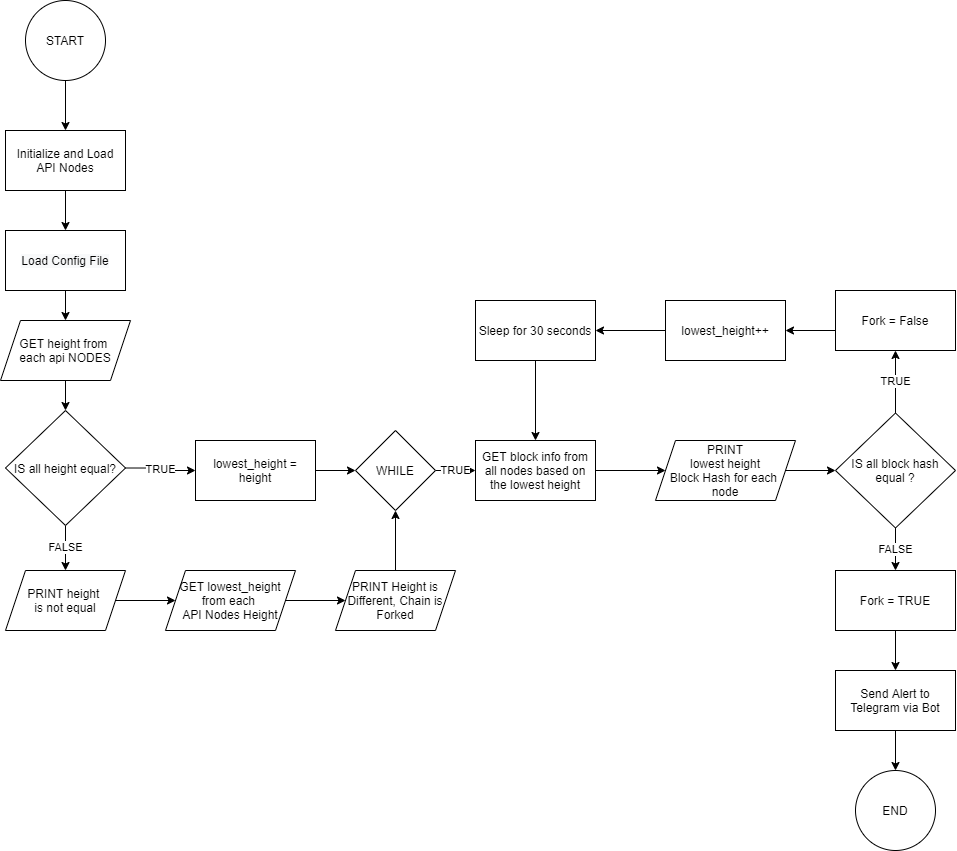
Earlier version of the draw.io export Health Tool Flowchart/Health Tool Flowchart-to be Improved.png (kjpranata/mytesting). Source tidied: cells renumbered, new cells last; positions are measured from the earlier drawing's top-left corner, leaving out a move shared by most shapes.
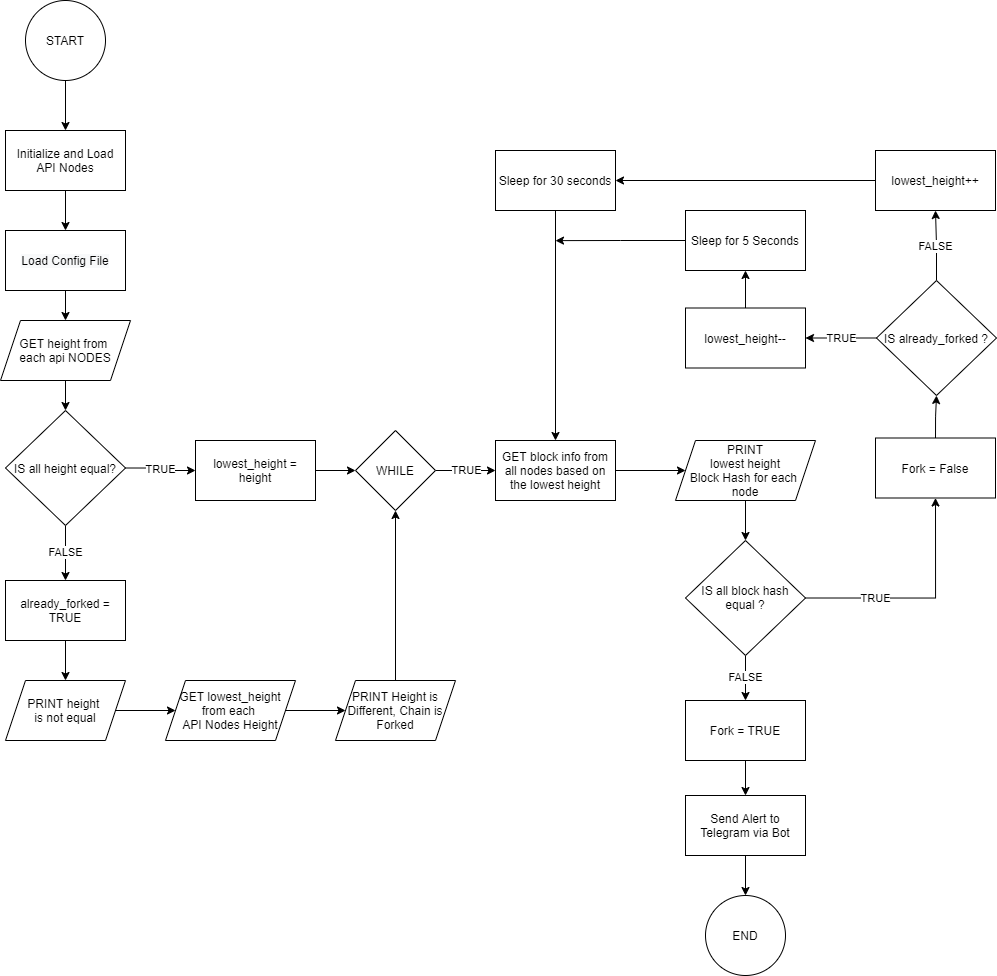
Above is the later version.

The edit, as a diff of the source:
```diff
@@ -36,62 +36,62 @@
       <mxGeometry relative="1" as="geometry" />
     </mxCell>
     <mxCell id="13" value="GET block info from all nodes based on the lowest height" style="rounded=0;whiteSpace=wrap;html=1;" parent="1" vertex="1">
-      <mxGeometry x="475" y="440" width="120" height="60" as="geometry" />
+      <mxGeometry x="495" y="440" width="120" height="60" as="geometry" />
     </mxCell>
-    <mxCell id="14" style="edgeStyle=orthogonalEdgeStyle;rounded=0;jettySize=auto;html=1;exitX=1;exitY=0.5;exitDx=0;exitDy=0;entryX=0;entryY=0.5;entryDx=0;entryDy=0;" parent="1" edge="1" source="15" target="18">
+    <mxCell id="14" style="edgeStyle=orthogonalEdgeStyle;rounded=0;jettySize=auto;html=1;exitX=0.5;exitY=1;exitDx=0;exitDy=0;entryX=0.5;entryY=0;entryDx=0;entryDy=0;" parent="1" edge="1" source="15" target="18">
       <mxGeometry relative="1" as="geometry" />
     </mxCell>
     <mxCell id="15" value="PRINT&lt;br&gt;lowest height&lt;br&gt;Block Hash for each &lt;br&gt;node" style="shape=parallelogram;perimeter=parallelogramPerimeter;whiteSpace=wrap;html=1;fixedSize=1;" parent="1" vertex="1">
-      <mxGeometry x="655" y="440" width="140" height="60" as="geometry" />
+      <mxGeometry x="675" y="440" width="140" height="60" as="geometry" />
     </mxCell>
+    <mxCell id="17" value="FALSE" style="edgeStyle=orthogonalEdgeStyle;rounded=0;jettySize=auto;html=1;exitX=0.5;exitY=1;exitDx=0;exitDy=0;" parent="1" edge="1" source="18" target="22">
+      <mxGeometry relative="1" as="geometry" />
+    </mxCell>
-    <mxCell id="16" value="TRUE" style="edgeStyle=orthogonalEdgeStyle;rounded=0;jettySize=auto;html=1;entryX=0.5;entryY=1;entryDx=0;entryDy=0;exitX=0.5;exitY=0;exitDx=0;exitDy=0;" parent="1" edge="1" source="18" target="20">
-      <mxGeometry relative="1" as="geometry" />
+    <mxCell id="16" value="TRUE" style="edgeStyle=orthogonalEdgeStyle;rounded=0;jettySize=auto;html=1;exitX=1;exitY=0.5;exitDx=0;exitDy=0;entryX=0.5;entryY=1;entryDx=0;entryDy=0;" parent="1" edge="1" source="18" target="20">
+      <mxGeometry x="-0.39" relative="1" as="geometry">
+        <mxPoint x="-1" as="offset" />
+      </mxGeometry>
     </mxCell>
-    <mxCell id="17" value="FALSE" style="edgeStyle=orthogonalEdgeStyle;rounded=0;jettySize=auto;html=1;exitX=0.5;exitY=1;exitDx=0;exitDy=0;entryX=0.5;entryY=0;entryDx=0;entryDy=0;" parent="1" edge="1" source="18" target="22">
-      <mxGeometry relative="1" as="geometry" />
-    </mxCell>
     <mxCell id="18" value="IS all block hash equal ?" style="rhombus;whiteSpace=wrap;html=1;" parent="1" vertex="1">
-      <mxGeometry x="835" y="412.5" width="120" height="115" as="geometry" />
+      <mxGeometry x="685" y="540" width="120" height="115" as="geometry" />
     </mxCell>
-    <mxCell id="19" style="edgeStyle=orthogonalEdgeStyle;rounded=0;jettySize=auto;html=1;exitX=0;exitY=0.5;exitDx=0;exitDy=0;" parent="1" edge="1" target="24">
-      <mxGeometry relative="1" as="geometry">
-        <mxPoint x="835" y="330" as="sourcePoint" />
-      </mxGeometry>
-    </mxCell>
+    <mxCell id="41" style="edgeStyle=orthogonalEdgeStyle;rounded=0;jettySize=auto;html=1;exitX=0.5;exitY=0;exitDx=0;exitDy=0;entryX=0.5;entryY=1;entryDx=0;entryDy=0;" parent="1" edge="1" source="20" target="46">
+      <mxGeometry relative="1" as="geometry" />
+    </mxCell>
     <mxCell id="20" value="Fork = False" style="rounded=0;whiteSpace=wrap;html=1;" parent="1" vertex="1">
-      <mxGeometry x="835" y="290" width="120" height="60" as="geometry" />
+      <mxGeometry x="875" y="437.5" width="120" height="60" as="geometry" />
     </mxCell>
     <mxCell id="21" style="edgeStyle=orthogonalEdgeStyle;rounded=0;jettySize=auto;html=1;exitX=0.5;exitY=1;exitDx=0;exitDy=0;entryX=0.5;entryY=0;entryDx=0;entryDy=0;" parent="1" edge="1" source="22" target="28">
       <mxGeometry relative="1" as="geometry" />
     </mxCell>
     <mxCell id="22" value="Fork = TRUE" style="rounded=0;whiteSpace=wrap;html=1;" parent="1" vertex="1">
-      <mxGeometry x="835" y="570" width="120" height="60" as="geometry" />
+      <mxGeometry x="685" y="700" width="120" height="60" as="geometry" />
     </mxCell>
     <mxCell id="23" style="edgeStyle=orthogonalEdgeStyle;rounded=0;jettySize=auto;html=1;exitX=0;exitY=0.5;exitDx=0;exitDy=0;" parent="1" edge="1" source="24" target="26">
       <mxGeometry relative="1" as="geometry" />
     </mxCell>
     <mxCell id="24" value="lowest_height++" style="rounded=0;whiteSpace=wrap;html=1;" parent="1" vertex="1">
-      <mxGeometry x="665" y="300" width="120" height="60" as="geometry" />
+      <mxGeometry x="875" y="150" width="120" height="60" as="geometry" />
     </mxCell>
-    <mxCell id="25" style="edgeStyle=orthogonalEdgeStyle;rounded=0;jettySize=auto;html=1;exitX=0.5;exitY=1;exitDx=0;exitDy=0;" parent="1" edge="1" source="26" target="13">
+    <mxCell id="25" style="edgeStyle=orthogonalEdgeStyle;rounded=0;jettySize=auto;html=1;exitX=0.5;exitY=1;exitDx=0;exitDy=0;entryX=0.5;entryY=0;entryDx=0;entryDy=0;" parent="1" edge="1" source="26" target="13">
       <mxGeometry relative="1" as="geometry" />
     </mxCell>
     <mxCell id="26" value="Sleep for 30 seconds" style="rounded=0;whiteSpace=wrap;html=1;" parent="1" vertex="1">
-      <mxGeometry x="475" y="300" width="120" height="60" as="geometry" />
+      <mxGeometry x="495" y="150" width="120" height="60" as="geometry" />
     </mxCell>
     <mxCell id="27" style="edgeStyle=orthogonalEdgeStyle;rounded=0;jettySize=auto;html=1;exitX=0.5;exitY=1;exitDx=0;exitDy=0;entryX=0.5;entryY=0;entryDx=0;entryDy=0;" parent="1" edge="1" source="28" target="29">
       <mxGeometry relative="1" as="geometry" />
     </mxCell>
     <mxCell id="28" value="Send Alert to Telegram via Bot" style="rounded=0;whiteSpace=wrap;html=1;" parent="1" vertex="1">
-      <mxGeometry x="835" y="670" width="120" height="60" as="geometry" />
+      <mxGeometry x="685" y="795" width="120" height="60" as="geometry" />
     </mxCell>
     <mxCell id="29" value="END" style="ellipse;whiteSpace=wrap;html=1;" parent="1" vertex="1">
-      <mxGeometry x="855" y="770" width="80" height="80" as="geometry" />
+      <mxGeometry x="705" y="895" width="80" height="80" as="geometry" />
     </mxCell>
     <mxCell id="30" value="TRUE" style="edgeStyle=orthogonalEdgeStyle;rounded=0;jettySize=auto;html=1;exitX=1;exitY=0.5;exitDx=0;exitDy=0;entryX=0;entryY=0.5;entryDx=0;entryDy=0;" parent="1" edge="1" source="32" target="38">
       <mxGeometry relative="1" as="geometry" />
     </mxCell>
-    <mxCell id="31" value="FALSE" style="edgeStyle=orthogonalEdgeStyle;rounded=0;jettySize=auto;html=1;exitX=0.5;exitY=1;exitDx=0;exitDy=0;entryX=0.5;entryY=0;entryDx=0;entryDy=0;" parent="1" edge="1" source="32" target="34">
+    <mxCell id="31" value="FALSE" style="edgeStyle=orthogonalEdgeStyle;rounded=0;jettySize=auto;html=1;exitX=0.5;exitY=1;exitDx=0;exitDy=0;entryX=0.5;entryY=0;entryDx=0;entryDy=0;" parent="1" edge="1" source="32" target="43">
       <mxGeometry relative="1" as="geometry" />
     </mxCell>
     <mxCell id="32" value="IS all height equal?" style="rhombus;whiteSpace=wrap;html=1;" parent="1" vertex="1">
@@ -101,13 +101,13 @@
       <mxGeometry relative="1" as="geometry" />
     </mxCell>
     <mxCell id="34" value="PRINT height &lt;br&gt;is not equal" style="shape=parallelogram;perimeter=parallelogramPerimeter;whiteSpace=wrap;html=1;fixedSize=1;" parent="1" vertex="1">
-      <mxGeometry x="5" y="570" width="120" height="60" as="geometry" />
+      <mxGeometry x="5" y="680" width="120" height="60" as="geometry" />
     </mxCell>
     <mxCell id="35" style="edgeStyle=orthogonalEdgeStyle;rounded=0;jettySize=auto;html=1;exitX=1;exitY=0.5;exitDx=0;exitDy=0;entryX=0;entryY=0.5;entryDx=0;entryDy=0;" parent="1" edge="1" source="36" target="40">
       <mxGeometry relative="1" as="geometry" />
     </mxCell>
     <mxCell id="36" value="GET lowest_height&lt;br&gt;from each &lt;br&gt;API Nodes Height" style="shape=parallelogram;perimeter=parallelogramPerimeter;whiteSpace=wrap;html=1;fixedSize=1;" parent="1" vertex="1">
-      <mxGeometry x="165" y="570" width="130" height="60" as="geometry" />
+      <mxGeometry x="165" y="680" width="130" height="60" as="geometry" />
     </mxCell>
     <mxCell id="37" style="edgeStyle=orthogonalEdgeStyle;rounded=0;jettySize=auto;html=1;exitX=1;exitY=0.5;exitDx=0;exitDy=0;entryX=0;entryY=0.5;entryDx=0;entryDy=0;" parent="1" edge="1" source="38" target="11">
       <mxGeometry relative="1" as="geometry" />
@@ -119,7 +119,36 @@
       <mxGeometry relative="1" as="geometry" />
     </mxCell>
     <mxCell id="40" value="PRINT Height is Different, Chain is Forked" style="shape=parallelogram;perimeter=parallelogramPerimeter;whiteSpace=wrap;html=1;fixedSize=1;" parent="1" vertex="1">
-      <mxGeometry x="335" y="570" width="120" height="60" as="geometry" />
+      <mxGeometry x="335" y="680" width="120" height="60" as="geometry" />
     </mxCell>
+    <mxCell id="42" style="edgeStyle=orthogonalEdgeStyle;rounded=0;jettySize=auto;html=1;exitX=0.5;exitY=1;exitDx=0;exitDy=0;entryX=0.5;entryY=0;entryDx=0;entryDy=0;" parent="1" edge="1" source="43" target="34">
+      <mxGeometry relative="1" as="geometry" />
+    </mxCell>
+    <mxCell id="43" value="already_forked = TRUE" style="rounded=0;whiteSpace=wrap;html=1;" parent="1" vertex="1">
+      <mxGeometry x="5" y="580" width="120" height="60" as="geometry" />
+    </mxCell>
+    <mxCell id="44" value="FALSE" style="edgeStyle=orthogonalEdgeStyle;rounded=0;jettySize=auto;html=1;exitX=0.5;exitY=0;exitDx=0;exitDy=0;entryX=0.5;entryY=1;entryDx=0;entryDy=0;" parent="1" edge="1" source="46" target="24">
+      <mxGeometry relative="1" as="geometry" />
+    </mxCell>
+    <mxCell id="45" value="TRUE" style="edgeStyle=orthogonalEdgeStyle;rounded=0;jettySize=auto;html=1;exitX=0;exitY=0.5;exitDx=0;exitDy=0;entryX=1;entryY=0.5;entryDx=0;entryDy=0;" parent="1" edge="1" source="46" target="48">
+      <mxGeometry relative="1" as="geometry" />
+    </mxCell>
+    <mxCell id="46" value="IS already_forked ?" style="rhombus;whiteSpace=wrap;html=1;" parent="1" vertex="1">
+      <mxGeometry x="876" y="280" width="120" height="115" as="geometry" />
+    </mxCell>
+    <mxCell id="47" style="edgeStyle=orthogonalEdgeStyle;rounded=0;jettySize=auto;html=1;exitX=0.5;exitY=0;exitDx=0;exitDy=0;entryX=0.5;entryY=1;entryDx=0;entryDy=0;" parent="1" edge="1" source="48" target="50">
+      <mxGeometry relative="1" as="geometry" />
+    </mxCell>
+    <mxCell id="48" value="lowest_height--" style="rounded=0;whiteSpace=wrap;html=1;" parent="1" vertex="1">
+      <mxGeometry x="685" y="307.5" width="120" height="60" as="geometry" />
+    </mxCell>
+    <mxCell id="49" style="edgeStyle=orthogonalEdgeStyle;rounded=0;jettySize=auto;html=1;exitX=0;exitY=0.5;exitDx=0;exitDy=0;" parent="1" edge="1" source="50">
+      <mxGeometry relative="1" as="geometry">
+        <mxPoint x="555" y="240.1" as="targetPoint" />
+      </mxGeometry>
+    </mxCell>
+    <mxCell id="50" value="Sleep for 5 Seconds" style="rounded=0;whiteSpace=wrap;html=1;" parent="1" vertex="1">
+      <mxGeometry x="685" y="210" width="120" height="60" as="geometry" />
+    </mxCell>
   </root>
 </mxGraphModel>
```
